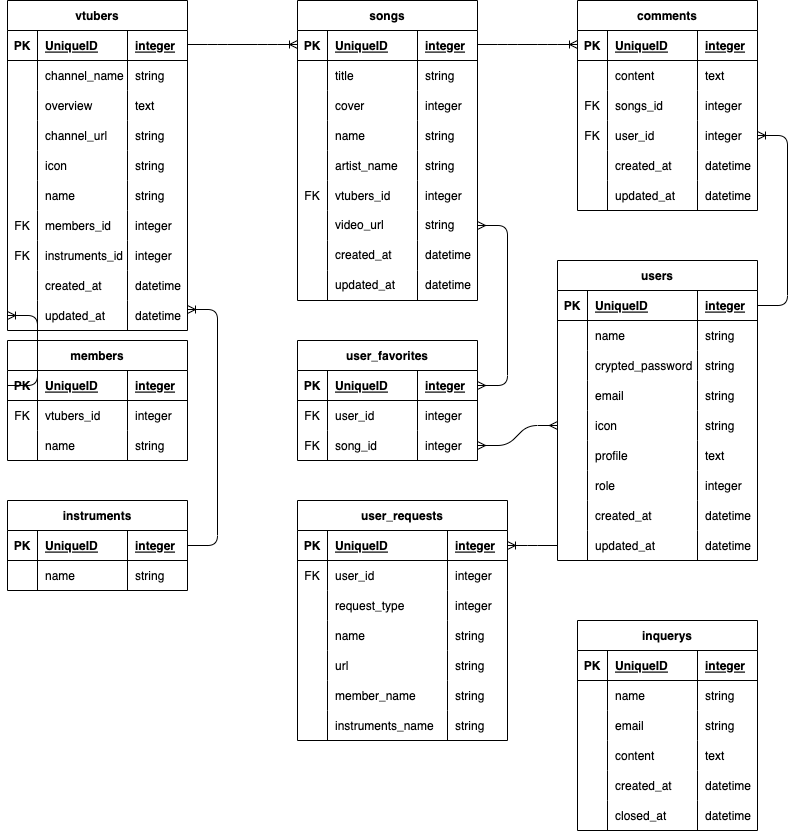
Above: ER .png in dexias9024/vtuber_song_search (draw.io), before the change. Source tidied: cells renumbered, new cells last; positions are measured from the earlier drawing's top-left corner, leaving out a move shared by most shapes.
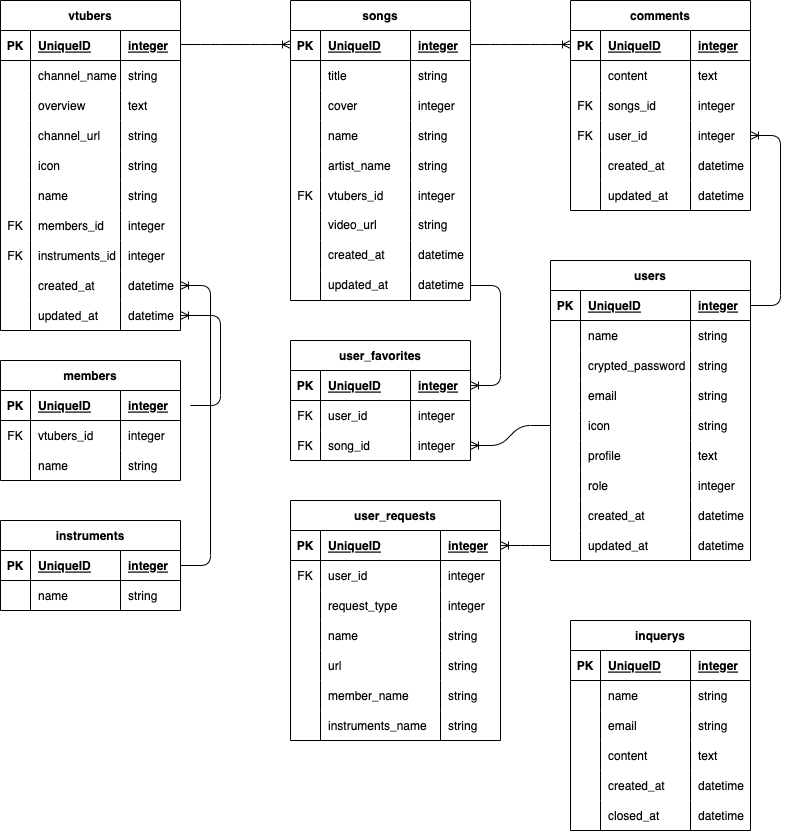
The same file after the commit.

Change to the diagram source:
```diff
@@ -312,7 +312,7 @@
       <mxGeometry x="120" width="60" height="30" as="geometry" />
     </mxCell>
     <mxCell id="105" value="members" style="shape=table;startSize=30;rowLines=0;fontStyle=1;align=center;fillColor=none;" parent="1" vertex="1">
-      <mxGeometry y="340" width="180" height="120" as="geometry" />
+      <mxGeometry y="360" width="180" height="120" as="geometry" />
     </mxCell>
     <mxCell id="106" style="shape=tableRow;horizontal=0;startSize=0;swimlaneHead=0;swimlaneBody=0;fillColor=none;points=[[0,0.5],[1,0.5]];portConstraint=eastwest;top=0;left=0;right=0;bottom=1;" parent="105" vertex="1">
       <mxGeometry y="30" width="180" height="30" as="geometry" />
@@ -356,8 +356,10 @@
         <mxPoint x="290" y="44" as="targetPoint" />
       </mxGeometry>
     </mxCell>
-    <mxCell id="119" style="edgeStyle=entityRelationEdgeStyle;fontSize=12;html=1;endArrow=ERoneToMany;exitX=0;exitY=0.5;exitDx=0;exitDy=0;entryX=0;entryY=0.5;entryDx=0;entryDy=0;" parent="1" edge="1" source="106" target="39">
-      <mxGeometry relative="1" as="geometry" />
+    <mxCell id="119" style="edgeStyle=entityRelationEdgeStyle;fontSize=12;html=1;endArrow=ERoneToMany;entryX=1;entryY=0.5;entryDx=0;entryDy=0;" parent="1" edge="1" target="39">
+      <mxGeometry relative="1" as="geometry">
+        <mxPoint x="190" y="405" as="sourcePoint" />
+      </mxGeometry>
     </mxCell>
     <mxCell id="120" style="edgeStyle=entityRelationEdgeStyle;fontSize=12;html=1;endArrow=ERoneToMany;" parent="1" edge="1">
       <mxGeometry relative="1" as="geometry">
@@ -366,7 +368,7 @@
       </mxGeometry>
     </mxCell>
     <mxCell id="121" value="instruments" style="shape=table;startSize=30;rowLines=0;fontStyle=1;align=center;fillColor=none;" parent="1" vertex="1">
-      <mxGeometry y="500" width="180" height="90" as="geometry" />
+      <mxGeometry y="520" width="180" height="90" as="geometry" />
     </mxCell>
     <mxCell id="122" style="shape=tableRow;horizontal=0;startSize=0;swimlaneHead=0;swimlaneBody=0;fillColor=none;points=[[0,0.5],[1,0.5]];portConstraint=eastwest;top=0;left=0;right=0;bottom=1;" parent="121" vertex="1">
       <mxGeometry y="30" width="180" height="30" as="geometry" />
@@ -635,12 +637,6 @@
     <mxCell id="210" value="integer" style="shape=partialRectangle;fillColor=none;top=0;left=0;bottom=0;right=0;align=left;spacingLeft=6;overflow=hidden;labelBorderColor=none;" parent="207" vertex="1">
       <mxGeometry x="120" width="60" height="30" as="geometry" />
     </mxCell>
-    <mxCell id="211" style="edgeStyle=entityRelationEdgeStyle;fontSize=12;html=1;endArrow=ERmany;startArrow=ERmany;exitX=1;exitY=0.5;exitDx=0;exitDy=0;entryX=1;entryY=0.5;entryDx=0;entryDy=0;" parent="1" edge="1" source="68" target="199">
-      <mxGeometry relative="1" as="geometry" />
-    </mxCell>
-    <mxCell id="212" style="edgeStyle=entityRelationEdgeStyle;fontSize=12;html=1;endArrow=ERmany;startArrow=ERmany;exitX=1;exitY=0.5;exitDx=0;exitDy=0;entryX=0;entryY=0.5;entryDx=0;entryDy=0;" parent="1" edge="1" source="207" target="147">
-      <mxGeometry relative="1" as="geometry" />
-    </mxCell>
     <mxCell id="213" value="inquerys" style="shape=table;startSize=30;rowLines=0;fontStyle=1;align=center;shadow=0;labelBorderColor=none;strokeWidth=1;fillColor=none;" parent="1" vertex="1">
       <mxGeometry x="570" y="620" width="180" height="210" as="geometry" />
     </mxCell>
@@ -716,8 +712,14 @@
     <mxCell id="237" value="datetime" style="shape=partialRectangle;top=0;left=0;bottom=0;right=0;align=left;spacingLeft=6;overflow=hidden;shadow=0;labelBorderColor=none;strokeWidth=1;fillColor=none;" parent="234" vertex="1">
       <mxGeometry x="120" width="60" height="30" as="geometry" />
     </mxCell>
-    <mxCell id="238" style="edgeStyle=entityRelationEdgeStyle;fontSize=12;html=1;endArrow=ERoneToMany;exitX=1;exitY=0.5;exitDx=0;exitDy=0;entryX=1;entryY=0.3;entryDx=0;entryDy=0;entryPerimeter=0;" parent="1" edge="1" source="122" target="39">
+    <mxCell id="238" style="edgeStyle=entityRelationEdgeStyle;fontSize=12;html=1;endArrow=ERoneToMany;exitX=1;exitY=0.5;exitDx=0;exitDy=0;entryX=1;entryY=0.5;entryDx=0;entryDy=0;" parent="1" edge="1" source="122" target="35">
       <mxGeometry relative="1" as="geometry" />
     </mxCell>
+    <mxCell id="239" style="edgeStyle=entityRelationEdgeStyle;fontSize=12;html=1;endArrow=ERoneToMany;exitX=0;exitY=0.5;exitDx=0;exitDy=0;entryX=1;entryY=0.5;entryDx=0;entryDy=0;" parent="1" edge="1" source="147" target="207">
+      <mxGeometry relative="1" as="geometry" />
+    </mxCell>
+    <mxCell id="240" style="edgeStyle=entityRelationEdgeStyle;fontSize=12;html=1;endArrow=ERoneToMany;exitX=1;exitY=0.5;exitDx=0;exitDy=0;entryX=1;entryY=0.5;entryDx=0;entryDy=0;" parent="1" edge="1" source="76" target="199">
+      <mxGeometry relative="1" as="geometry" />
+    </mxCell>
   </root>
 </mxGraphModel>
```
